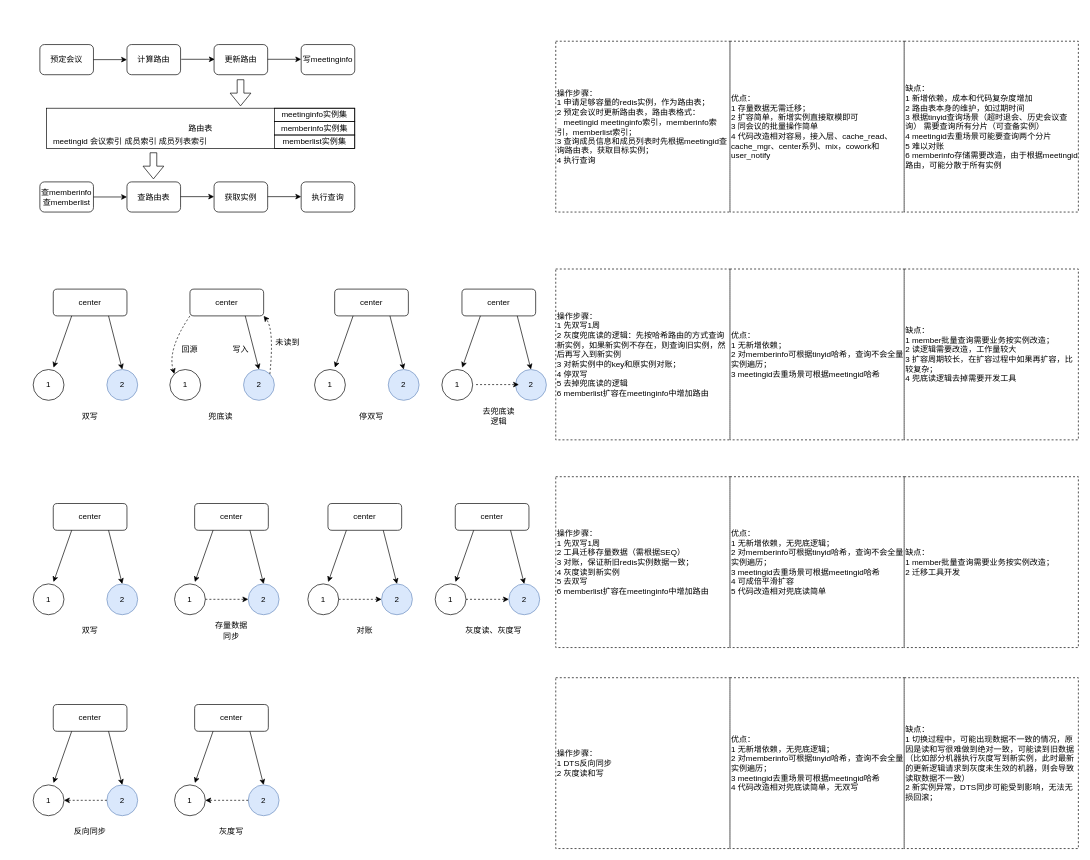
Above: arch/实例拆分方案.drawio in melonshell/draw.io (draw.io), before the change. Source tidied: cells renumbered, new cells numbered last; positions are measured from the earlier drawing's top-left corner, leaving out a move shared by most shapes. Both pictures are drawn from the tidied source at 67%, with x=0, y=0 at pixel (33, 41).
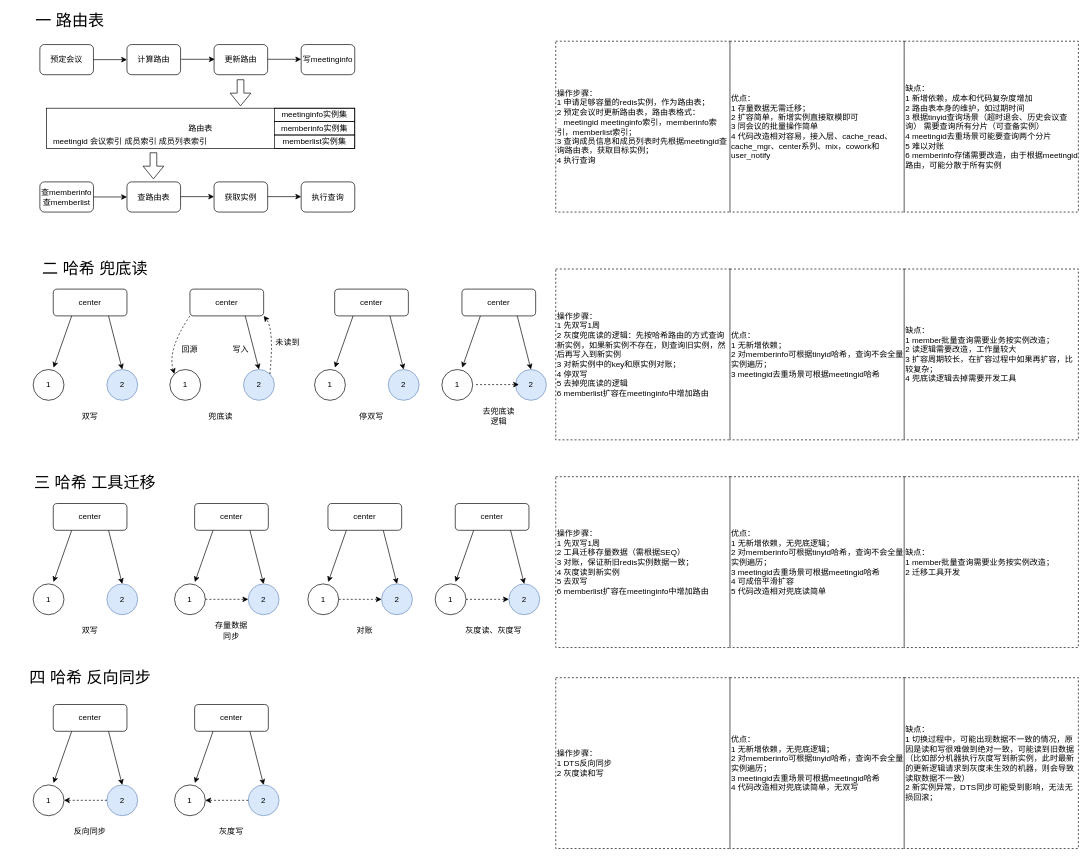
The same diagram, later.

Commit message:
更新实例拆分方案.drawio

The edit, as a diff of the source:
```diff
@@
+    <mxCell id="106" value="&lt;font style=&quot;font-size: 24px;&quot;&gt;一 路由表&lt;/font&gt;" style="rounded=0;whiteSpace=wrap;html=1;fillColor=none;strokeColor=none;" parent="1" vertex="1">
+      <mxGeometry x="-30" y="-40" width="170" height="20" as="geometry" />
+    </mxCell>
+    <mxCell id="107" value="&lt;font style=&quot;font-size: 24px;&quot;&gt;二 哈希 兜底读&lt;/font&gt;" style="rounded=0;whiteSpace=wrap;html=1;fillColor=none;strokeColor=none;" parent="1" vertex="1">
+      <mxGeometry x="-25" y="330" width="235" height="20" as="geometry" />
+    </mxCell>
+    <mxCell id="108" value="&lt;font style=&quot;font-size: 24px;&quot;&gt;三 哈希 工具迁移&lt;/font&gt;" style="rounded=0;whiteSpace=wrap;html=1;fillColor=none;strokeColor=none;" parent="1" vertex="1">
+      <mxGeometry x="-25" y="650" width="235" height="20" as="geometry" />
+    </mxCell>
+    <mxCell id="109" value="&lt;font style=&quot;font-size: 24px;&quot;&gt;四 哈希 反向同步&lt;/font&gt;" style="rounded=0;whiteSpace=wrap;html=1;fillColor=none;strokeColor=none;" parent="1" vertex="1">
+      <mxGeometry x="-32.5" y="940" width="235" height="20" as="geometry" />
+    </mxCell>
```
